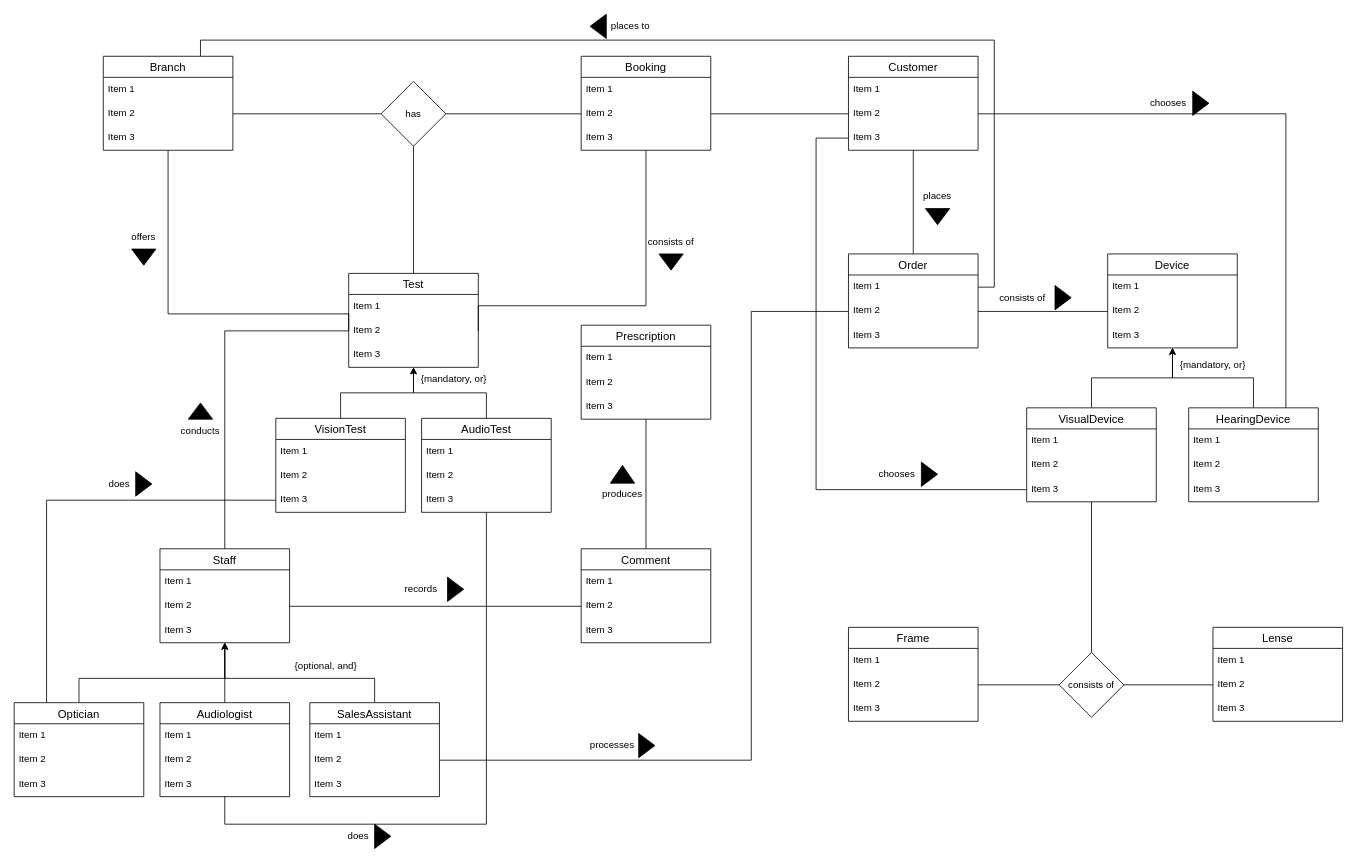
ChitharaKarunasekera/DatabaseSystemsTutorials keeps this draw.io diagram as Tutorial 3/AudioVizzionScenario.drawio. Above is the earlier version. Source tidied: cells renumbered, new cells numbered last; positions are measured from the earlier drawing's top-left corner, leaving out a move shared by most shapes. Both pictures are drawn from the tidied source at 81%, with x=0, y=0 at pixel (14, 14).
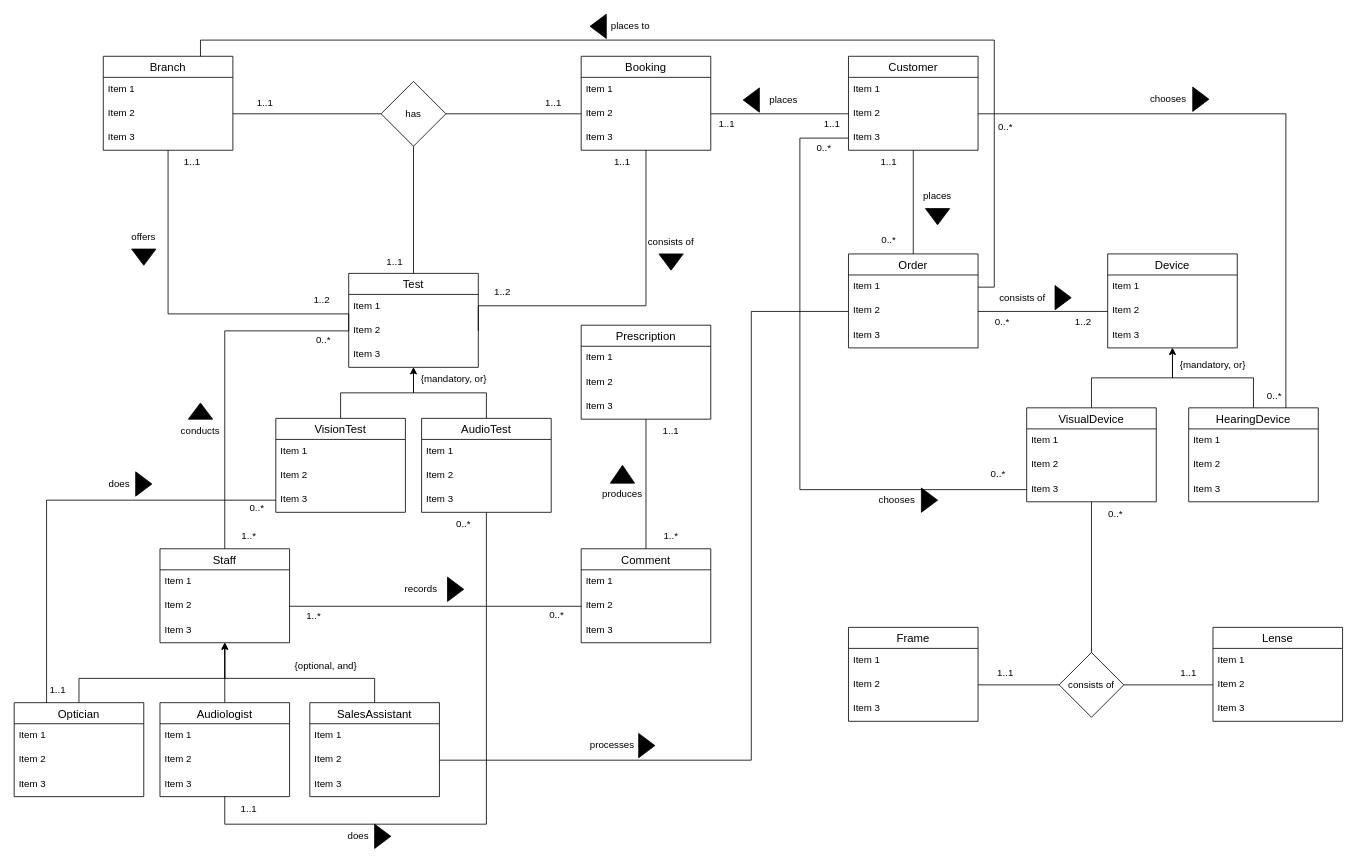
Above is the later version.

The change refers to these unchanged cells:
```xml
<mxCell id="16" style="group;" parent="1" vertex="1">
  <mxGeometry x="323" y="320" width="340" height="295" as="geometry" />
</mxCell>
<mxCell id="36" style="group;" parent="1" vertex="1">
  <mxGeometry y="660" width="525" height="306" as="geometry" />
</mxCell>
<mxCell id="57" style="group;" parent="1" vertex="1">
  <mxGeometry x="1250" y="296" width="360" height="306" as="geometry" />
</mxCell>
<mxCell id="66" value="Item 3" style="text;spacingLeft=4;spacingRight=4;overflow=hidden;points=[[0,0.5],[1,0.5]];portConstraint=eastwest;fontSize=12;" parent="63" vertex="1">
  <mxGeometry y="86" width="160" height="30" as="geometry" />
</mxCell>
<mxCell id="87" value="Item 3" style="text;strokeColor=none;fillColor=none;spacingLeft=4;spacingRight=4;overflow=hidden;points=[[0,0.5],[1,0.5]];portConstraint=eastwest;fontSize=12;" parent="84" vertex="1">
  <mxGeometry y="86" width="160" height="30" as="geometry" />
</mxCell>
```

The edit, as a diff of the source:
```diff
@@
+    <mxCell id="135" value="1..2" style="text;html=1;strokeColor=none;fillColor=none;align=center;verticalAlign=middle;whiteSpace=wrap;rounded=0;" parent="16" vertex="1">
+      <mxGeometry x="27" y="18" width="60" height="30" as="geometry" />
+    </mxCell>
+    <mxCell id="136" value="1..2" style="text;html=1;strokeColor=none;fillColor=none;align=center;verticalAlign=middle;whiteSpace=wrap;rounded=0;" parent="16" vertex="1">
+      <mxGeometry x="250" y="8" width="60" height="30" as="geometry" />
+    </mxCell>
+    <mxCell id="137" value="0..*" style="text;html=1;strokeColor=none;fillColor=none;align=center;verticalAlign=middle;whiteSpace=wrap;rounded=0;" parent="16" vertex="1">
+      <mxGeometry x="29" y="68" width="60" height="30" as="geometry" />
+    </mxCell>
@@
+    <mxCell id="138" value="1..1" style="text;html=1;strokeColor=none;fillColor=none;align=center;verticalAlign=middle;whiteSpace=wrap;rounded=0;" parent="36" vertex="1">
+      <mxGeometry x="24" y="160" width="60" height="30" as="geometry" />
+    </mxCell>
+    <mxCell id="139" value="1..*" style="text;html=1;strokeColor=none;fillColor=none;align=center;verticalAlign=middle;whiteSpace=wrap;rounded=0;" parent="36" vertex="1">
+      <mxGeometry x="340" y="68" width="60" height="30" as="geometry" />
+    </mxCell>
@@
+    <mxCell id="140" value="1..2" style="text;html=1;strokeColor=none;fillColor=none;align=center;verticalAlign=middle;whiteSpace=wrap;rounded=0;" parent="57" vertex="1">
+      <mxGeometry x="40" y="69" width="60" height="30" as="geometry" />
+    </mxCell>
+    <mxCell id="141" value="0..*" style="text;html=1;strokeColor=none;fillColor=none;align=center;verticalAlign=middle;whiteSpace=wrap;rounded=0;" parent="57" vertex="1">
+      <mxGeometry x="276" y="160" width="60" height="30" as="geometry" />
+    </mxCell>
@@
     <mxCell id="126" style="edgeStyle=orthogonalEdgeStyle;rounded=0;jettySize=auto;html=1;entryX=0;entryY=0.5;entryDx=0;entryDy=0;endArrow=none;endFill=0;" parent="1" edge="1" source="87" target="66">
       <mxGeometry relative="1" as="geometry">
         <Array as="points">
-          <mxPoint x="990" y="153" />
-          <mxPoint x="990" y="587" />
+          <mxPoint x="970" y="153" />
+          <mxPoint x="970" y="587" />
         </Array>
       </mxGeometry>
     </mxCell>
     <mxCell id="127" value="chooses" style="text;html=1;strokeColor=none;fillColor=none;align=center;verticalAlign=middle;whiteSpace=wrap;rounded=0;" parent="1" vertex="1">
-      <mxGeometry x="1050" y="553" width="80" height="30" as="geometry" />
+      <mxGeometry x="1050" y="585" width="80" height="30" as="geometry" />
     </mxCell>
     <mxCell id="128" style="triangle;whiteSpace=wrap;html=1;direction=east;fillColor=#000000;" parent="1" vertex="1">
-      <mxGeometry x="1120" y="553" width="20" height="30" as="geometry" />
+      <mxGeometry x="1120" y="585" width="20" height="30" as="geometry" />
     </mxCell>
@@
     <mxCell id="130" value="chooses" style="text;html=1;strokeColor=none;fillColor=none;align=center;verticalAlign=middle;whiteSpace=wrap;rounded=0;" parent="1" vertex="1">
-      <mxGeometry x="1385" y="95" width="80" height="30" as="geometry" />
+      <mxGeometry x="1385" y="90" width="80" height="30" as="geometry" />
     </mxCell>
     <mxCell id="131" style="triangle;whiteSpace=wrap;html=1;direction=east;fillColor=#000000;" parent="1" vertex="1">
-      <mxGeometry x="1455" y="95" width="20" height="30" as="geometry" />
+      <mxGeometry x="1455" y="90" width="20" height="30" as="geometry" />
     </mxCell>
@@
+    <mxCell id="142" value="1..1" style="text;html=1;strokeColor=none;fillColor=none;align=center;verticalAlign=middle;whiteSpace=wrap;rounded=0;" parent="1" vertex="1">
+      <mxGeometry x="190" y="168" width="60" height="30" as="geometry" />
+    </mxCell>
+    <mxCell id="143" value="1..1" style="text;html=1;strokeColor=none;fillColor=none;align=center;verticalAlign=middle;whiteSpace=wrap;rounded=0;" parent="1" vertex="1">
+      <mxGeometry x="721" y="168" width="60" height="30" as="geometry" />
+    </mxCell>
+    <mxCell id="144" value="1..1" style="text;html=1;strokeColor=none;fillColor=none;align=center;verticalAlign=middle;whiteSpace=wrap;rounded=0;" parent="1" vertex="1">
+      <mxGeometry x="280" y="95" width="60" height="30" as="geometry" />
+    </mxCell>
+    <mxCell id="145" value="1..1" style="text;html=1;strokeColor=none;fillColor=none;align=center;verticalAlign=middle;whiteSpace=wrap;rounded=0;" parent="1" vertex="1">
+      <mxGeometry x="636" y="95" width="60" height="30" as="geometry" />
+    </mxCell>
+    <mxCell id="146" value="1..1" style="text;html=1;strokeColor=none;fillColor=none;align=center;verticalAlign=middle;whiteSpace=wrap;rounded=0;" parent="1" vertex="1">
+      <mxGeometry x="440" y="291" width="60" height="30" as="geometry" />
+    </mxCell>
+    <mxCell id="147" value="1..*" style="text;html=1;strokeColor=none;fillColor=none;align=center;verticalAlign=middle;whiteSpace=wrap;rounded=0;" parent="1" vertex="1">
+      <mxGeometry x="260" y="630" width="60" height="30" as="geometry" />
+    </mxCell>
+    <mxCell id="148" value="0..*" style="text;html=1;strokeColor=none;fillColor=none;align=center;verticalAlign=middle;whiteSpace=wrap;rounded=0;" parent="1" vertex="1">
+      <mxGeometry x="270" y="595" width="60" height="30" as="geometry" />
+    </mxCell>
+    <mxCell id="149" value="1..1" style="text;html=1;strokeColor=none;fillColor=none;align=center;verticalAlign=middle;whiteSpace=wrap;rounded=0;" parent="1" vertex="1">
+      <mxGeometry x="260" y="966" width="60" height="30" as="geometry" />
+    </mxCell>
+    <mxCell id="150" value="0..*" style="text;html=1;strokeColor=none;fillColor=none;align=center;verticalAlign=middle;whiteSpace=wrap;rounded=0;" parent="1" vertex="1">
+      <mxGeometry x="525" y="615" width="60" height="30" as="geometry" />
+    </mxCell>
+    <mxCell id="151" value="0..*" style="text;html=1;strokeColor=none;fillColor=none;align=center;verticalAlign=middle;whiteSpace=wrap;rounded=0;" parent="1" vertex="1">
+      <mxGeometry x="640" y="727" width="60" height="30" as="geometry" />
+    </mxCell>
+    <mxCell id="152" value="1..*" style="text;html=1;strokeColor=none;fillColor=none;align=center;verticalAlign=middle;whiteSpace=wrap;rounded=0;" parent="1" vertex="1">
+      <mxGeometry x="781" y="630" width="60" height="30" as="geometry" />
+    </mxCell>
+    <mxCell id="153" value="1..1" style="text;html=1;strokeColor=none;fillColor=none;align=center;verticalAlign=middle;whiteSpace=wrap;rounded=0;" parent="1" vertex="1">
+      <mxGeometry x="781" y="500" width="60" height="30" as="geometry" />
+    </mxCell>
+    <mxCell id="154" value="1..1" style="text;html=1;strokeColor=none;fillColor=none;align=center;verticalAlign=middle;whiteSpace=wrap;rounded=0;" parent="1" vertex="1">
+      <mxGeometry x="980" y="121" width="60" height="30" as="geometry" />
+    </mxCell>
+    <mxCell id="155" value="places" style="text;html=1;strokeColor=none;fillColor=none;align=center;verticalAlign=middle;whiteSpace=wrap;rounded=0;" parent="1" vertex="1">
+      <mxGeometry x="920" y="91" width="60" height="30" as="geometry" />
+    </mxCell>
+    <mxCell id="156" style="triangle;whiteSpace=wrap;html=1;direction=west;fillColor=#000000;" parent="1" vertex="1">
+      <mxGeometry x="900" y="91" width="20" height="30" as="geometry" />
+    </mxCell>
+    <mxCell id="157" value="1..1" style="text;html=1;strokeColor=none;fillColor=none;align=center;verticalAlign=middle;whiteSpace=wrap;rounded=0;" parent="1" vertex="1">
+      <mxGeometry x="850" y="121" width="60" height="30" as="geometry" />
+    </mxCell>
+    <mxCell id="158" value="0..*" style="text;html=1;strokeColor=none;fillColor=none;align=center;verticalAlign=middle;whiteSpace=wrap;rounded=0;" parent="1" vertex="1">
+      <mxGeometry x="1050" y="264" width="60" height="30" as="geometry" />
+    </mxCell>
+    <mxCell id="159" value="1..1" style="text;html=1;strokeColor=none;fillColor=none;align=center;verticalAlign=middle;whiteSpace=wrap;rounded=0;" parent="1" vertex="1">
+      <mxGeometry x="1050" y="168" width="60" height="30" as="geometry" />
+    </mxCell>
+    <mxCell id="160" value="0..*" style="text;html=1;strokeColor=none;fillColor=none;align=center;verticalAlign=middle;whiteSpace=wrap;rounded=0;" parent="1" vertex="1">
+      <mxGeometry x="1190" y="365" width="60" height="30" as="geometry" />
+    </mxCell>
+    <mxCell id="161" value="0..*" style="text;html=1;strokeColor=none;fillColor=none;align=center;verticalAlign=middle;whiteSpace=wrap;rounded=0;" parent="1" vertex="1">
+      <mxGeometry x="1185" y="553" width="60" height="30" as="geometry" />
+    </mxCell>
+    <mxCell id="162" value="0..*" style="text;html=1;strokeColor=none;fillColor=none;align=center;verticalAlign=middle;whiteSpace=wrap;rounded=0;" parent="1" vertex="1">
+      <mxGeometry x="970" y="151" width="60" height="30" as="geometry" />
+    </mxCell>
+    <mxCell id="163" value="0..*" style="text;html=1;strokeColor=none;fillColor=none;align=center;verticalAlign=middle;whiteSpace=wrap;rounded=0;" parent="1" vertex="1">
+      <mxGeometry x="1194" y="125" width="60" height="30" as="geometry" />
+    </mxCell>
+    <mxCell id="164" value="1..1" style="text;html=1;strokeColor=none;fillColor=none;align=center;verticalAlign=middle;whiteSpace=wrap;rounded=0;" parent="1" vertex="1">
+      <mxGeometry x="1194" y="798" width="60" height="30" as="geometry" />
+    </mxCell>
+    <mxCell id="165" value="1..1" style="text;html=1;strokeColor=none;fillColor=none;align=center;verticalAlign=middle;whiteSpace=wrap;rounded=0;" parent="1" vertex="1">
+      <mxGeometry x="1420" y="798" width="60" height="30" as="geometry" />
+    </mxCell>
+    <mxCell id="166" value="0..*" style="text;html=1;strokeColor=none;fillColor=none;align=center;verticalAlign=middle;whiteSpace=wrap;rounded=0;" parent="1" vertex="1">
+      <mxGeometry x="1330" y="602" width="60" height="30" as="geometry" />
+    </mxCell>
```
